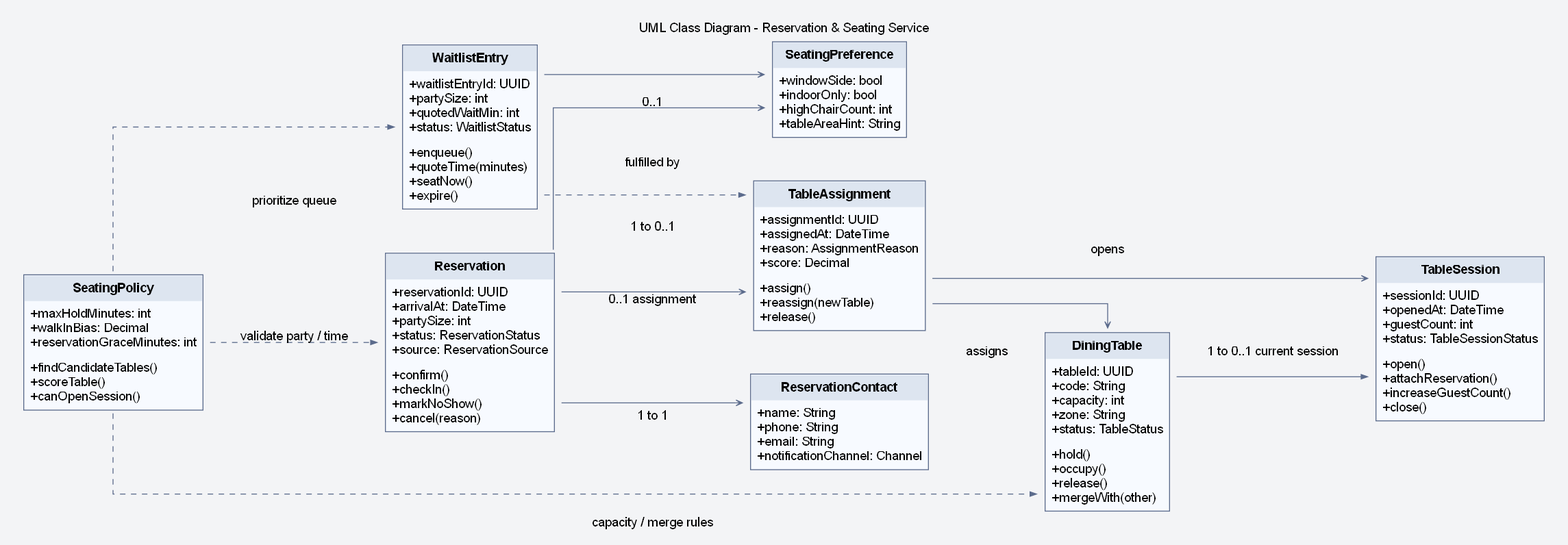
Earlier version of the Graphviz export assets/diagrams/rendered/design/26_uml_class_diagram_reservation_and_seating_module.png (lehoangluan1/SA_IRMS). Its source is kept beside it as assets/diagrams/source/design/26_uml_class_diagram_reservation_and_seating_module.dot.
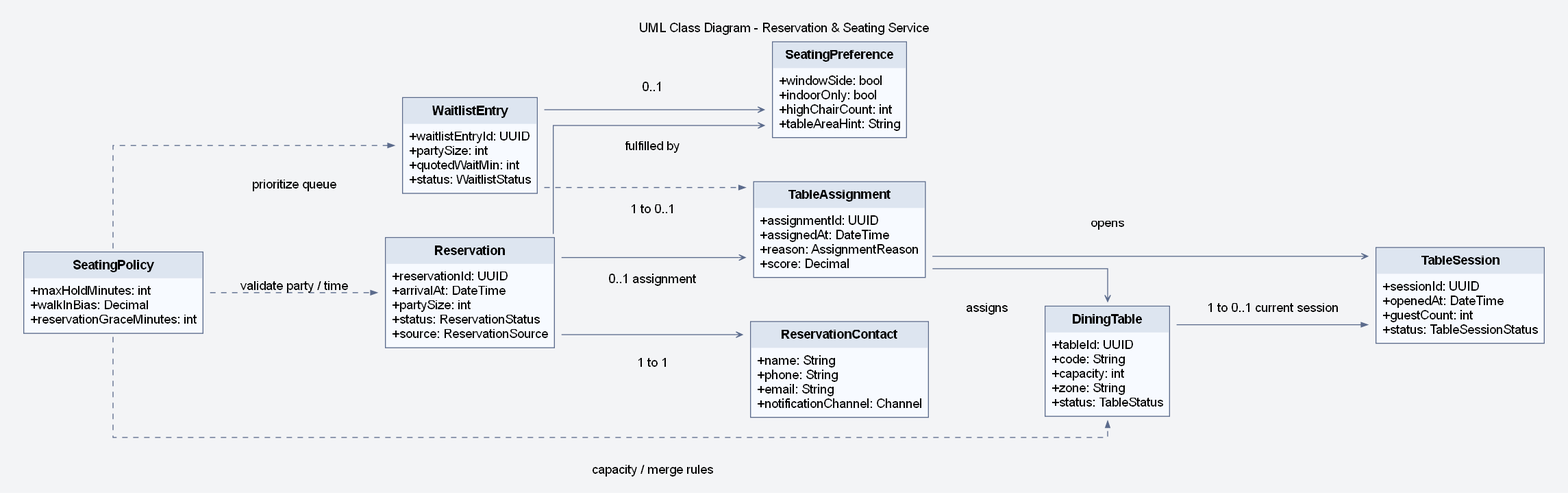
After the change.

Diff of the diagram source:
```diff
@@ -11,28 +11,24 @@
 <TABLE BORDER="1" CELLBORDER="0" CELLSPACING="0" CELLPADDING="6" COLOR="#5B6B8C" BGCOLOR="#F7FAFF">
 <TR><TD BGCOLOR="#DDE5F0"><B>Reservation</B></TD></TR>
 <TR><TD ALIGN="LEFT" BALIGN="LEFT">+reservationId: UUID<BR ALIGN='LEFT'/>+arrivalAt: DateTime<BR ALIGN='LEFT'/>+partySize: int<BR ALIGN='LEFT'/>+status: ReservationStatus<BR ALIGN='LEFT'/>+source: ReservationSource</TD></TR>
-<TR><TD ALIGN="LEFT" BALIGN="LEFT">+confirm()<BR ALIGN='LEFT'/>+checkIn()<BR ALIGN='LEFT'/>+markNoShow()<BR ALIGN='LEFT'/>+cancel(reason)</TD></TR>
 </TABLE>
 >];
 WaitlistEntry [label=<
 <TABLE BORDER="1" CELLBORDER="0" CELLSPACING="0" CELLPADDING="6" COLOR="#5B6B8C" BGCOLOR="#F7FAFF">
 <TR><TD BGCOLOR="#DDE5F0"><B>WaitlistEntry</B></TD></TR>
 <TR><TD ALIGN="LEFT" BALIGN="LEFT">+waitlistEntryId: UUID<BR ALIGN='LEFT'/>+partySize: int<BR ALIGN='LEFT'/>+quotedWaitMin: int<BR ALIGN='LEFT'/>+status: WaitlistStatus</TD></TR>
-<TR><TD ALIGN="LEFT" BALIGN="LEFT">+enqueue()<BR ALIGN='LEFT'/>+quoteTime(minutes)<BR ALIGN='LEFT'/>+seatNow()<BR ALIGN='LEFT'/>+expire()</TD></TR>
 </TABLE>
 >];
 DiningTable [label=<
 <TABLE BORDER="1" CELLBORDER="0" CELLSPACING="0" CELLPADDING="6" COLOR="#5B6B8C" BGCOLOR="#F7FAFF">
 <TR><TD BGCOLOR="#DDE5F0"><B>DiningTable</B></TD></TR>
 <TR><TD ALIGN="LEFT" BALIGN="LEFT">+tableId: UUID<BR ALIGN='LEFT'/>+code: String<BR ALIGN='LEFT'/>+capacity: int<BR ALIGN='LEFT'/>+zone: String<BR ALIGN='LEFT'/>+status: TableStatus</TD></TR>
-<TR><TD ALIGN="LEFT" BALIGN="LEFT">+hold()<BR ALIGN='LEFT'/>+occupy()<BR ALIGN='LEFT'/>+release()<BR ALIGN='LEFT'/>+mergeWith(other)</TD></TR>
 </TABLE>
 >];
 TableSession [label=<
 <TABLE BORDER="1" CELLBORDER="0" CELLSPACING="0" CELLPADDING="6" COLOR="#5B6B8C" BGCOLOR="#F7FAFF">
 <TR><TD BGCOLOR="#DDE5F0"><B>TableSession</B></TD></TR>
 <TR><TD ALIGN="LEFT" BALIGN="LEFT">+sessionId: UUID<BR ALIGN='LEFT'/>+openedAt: DateTime<BR ALIGN='LEFT'/>+guestCount: int<BR ALIGN='LEFT'/>+status: TableSessionStatus</TD></TR>
-<TR><TD ALIGN="LEFT" BALIGN="LEFT">+open()<BR ALIGN='LEFT'/>+attachReservation()<BR ALIGN='LEFT'/>+increaseGuestCount()<BR ALIGN='LEFT'/>+close()</TD></TR>
 </TABLE>
 >];
 SeatingPreference [label=<
@@ -46,14 +42,12 @@
 <TABLE BORDER="1" CELLBORDER="0" CELLSPACING="0" CELLPADDING="6" COLOR="#5B6B8C" BGCOLOR="#F7FAFF">
 <TR><TD BGCOLOR="#DDE5F0"><B>TableAssignment</B></TD></TR>
 <TR><TD ALIGN="LEFT" BALIGN="LEFT">+assignmentId: UUID<BR ALIGN='LEFT'/>+assignedAt: DateTime<BR ALIGN='LEFT'/>+reason: AssignmentReason<BR ALIGN='LEFT'/>+score: Decimal</TD></TR>
-<TR><TD ALIGN="LEFT" BALIGN="LEFT">+assign()<BR ALIGN='LEFT'/>+reassign(newTable)<BR ALIGN='LEFT'/>+release()</TD></TR>
 </TABLE>
 >];
 SeatingPolicy [label=<
 <TABLE BORDER="1" CELLBORDER="0" CELLSPACING="0" CELLPADDING="6" COLOR="#5B6B8C" BGCOLOR="#F7FAFF">
 <TR><TD BGCOLOR="#DDE5F0"><B>SeatingPolicy</B></TD></TR>
 <TR><TD ALIGN="LEFT" BALIGN="LEFT">+maxHoldMinutes: int<BR ALIGN='LEFT'/>+walkInBias: Decimal<BR ALIGN='LEFT'/>+reservationGraceMinutes: int</TD></TR>
-<TR><TD ALIGN="LEFT" BALIGN="LEFT">+findCandidateTables()<BR ALIGN='LEFT'/>+scoreTable()<BR ALIGN='LEFT'/>+canOpenSession()</TD></TR>
 </TABLE>
 >];
 ReservationContact [label=<
```
